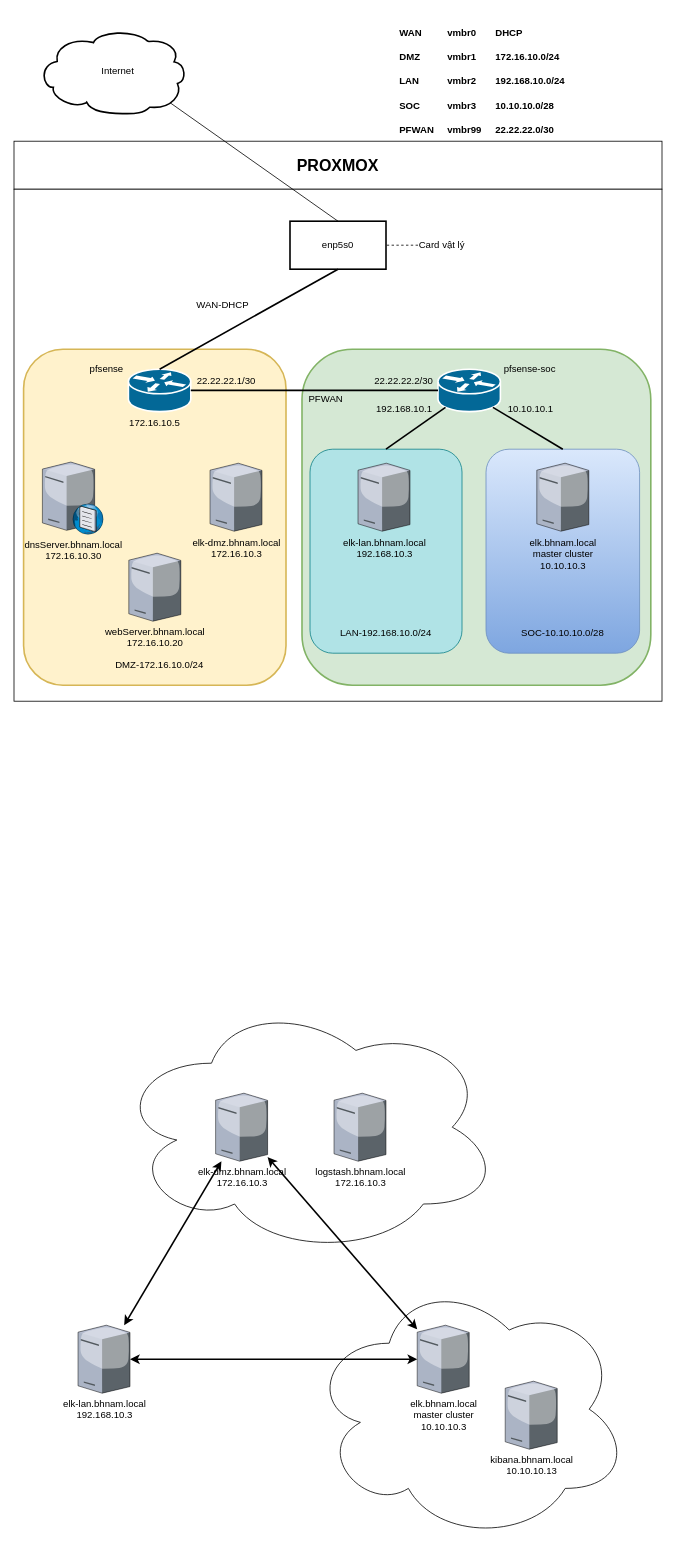
Above: network.drawio in BHNamSSD/ELK (draw.io), before the change. Source tidied: cells renumbered, new cells numbered last; positions are measured from the earlier drawing's top-left corner, leaving out a move shared by most shapes. Both pictures are drawn from the tidied source at 80%, with x=0, y=0 at pixel (14, 21).
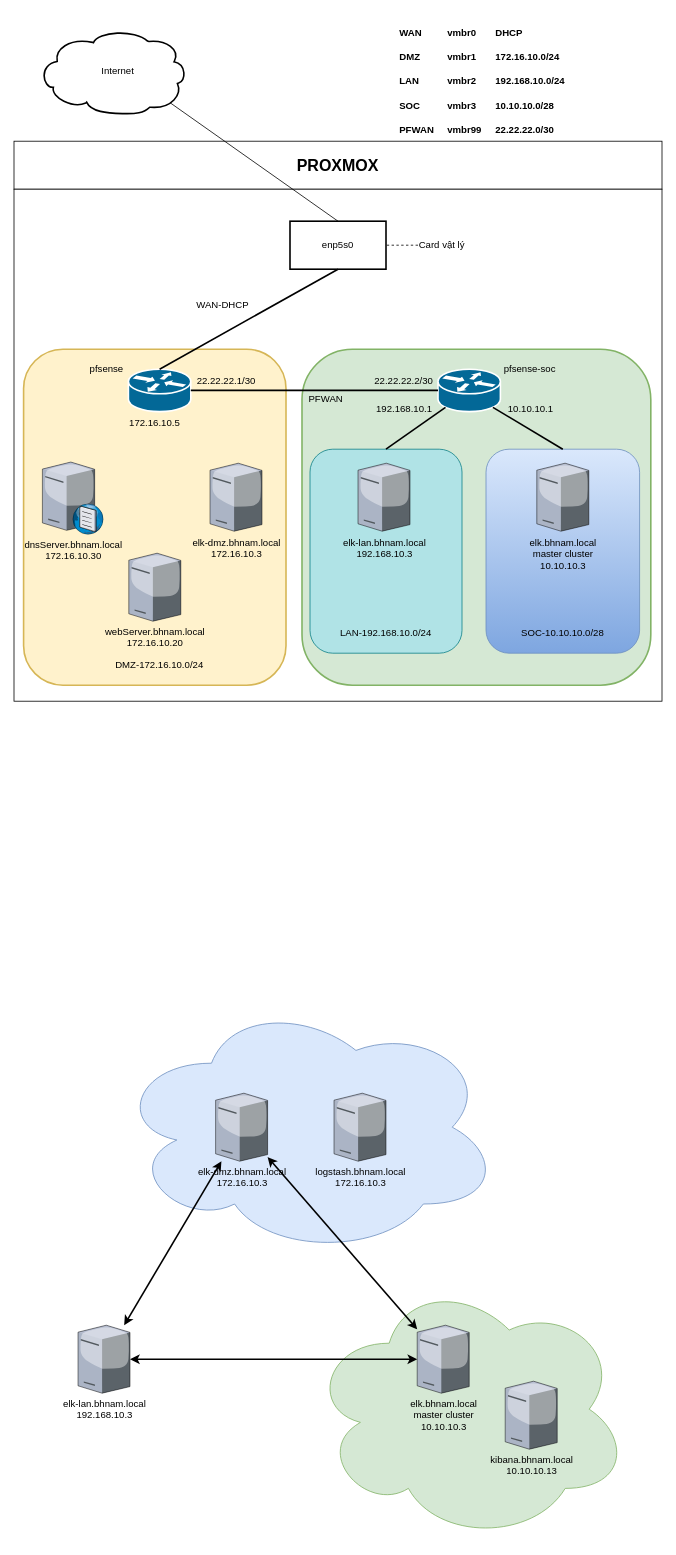
The same page after the edit.

Commit message:
Cập nhật network.drawio

Diff of the diagram source:
```diff
@@
-    <mxCell id="41" style="ellipse;shape=cloud;whiteSpace=wrap;html=1;" parent="1" vertex="1">
+    <mxCell id="41" style="ellipse;shape=cloud;whiteSpace=wrap;html=1;fillColor=#d5e8d4;strokeColor=#82b366;" parent="1" vertex="1">
       <mxGeometry x="369" y="1570" width="400" height="330" as="geometry" />
     </mxCell>
@@
-    <mxCell id="45" style="ellipse;shape=cloud;whiteSpace=wrap;html=1;" parent="1" vertex="1">
+    <mxCell id="45" style="ellipse;shape=cloud;whiteSpace=wrap;html=1;fillColor=#dae8fc;strokeColor=#6c8ebf;" parent="1" vertex="1">
       <mxGeometry x="126.5" y="1222.5" width="481.5" height="320" as="geometry" />
     </mxCell>
```
